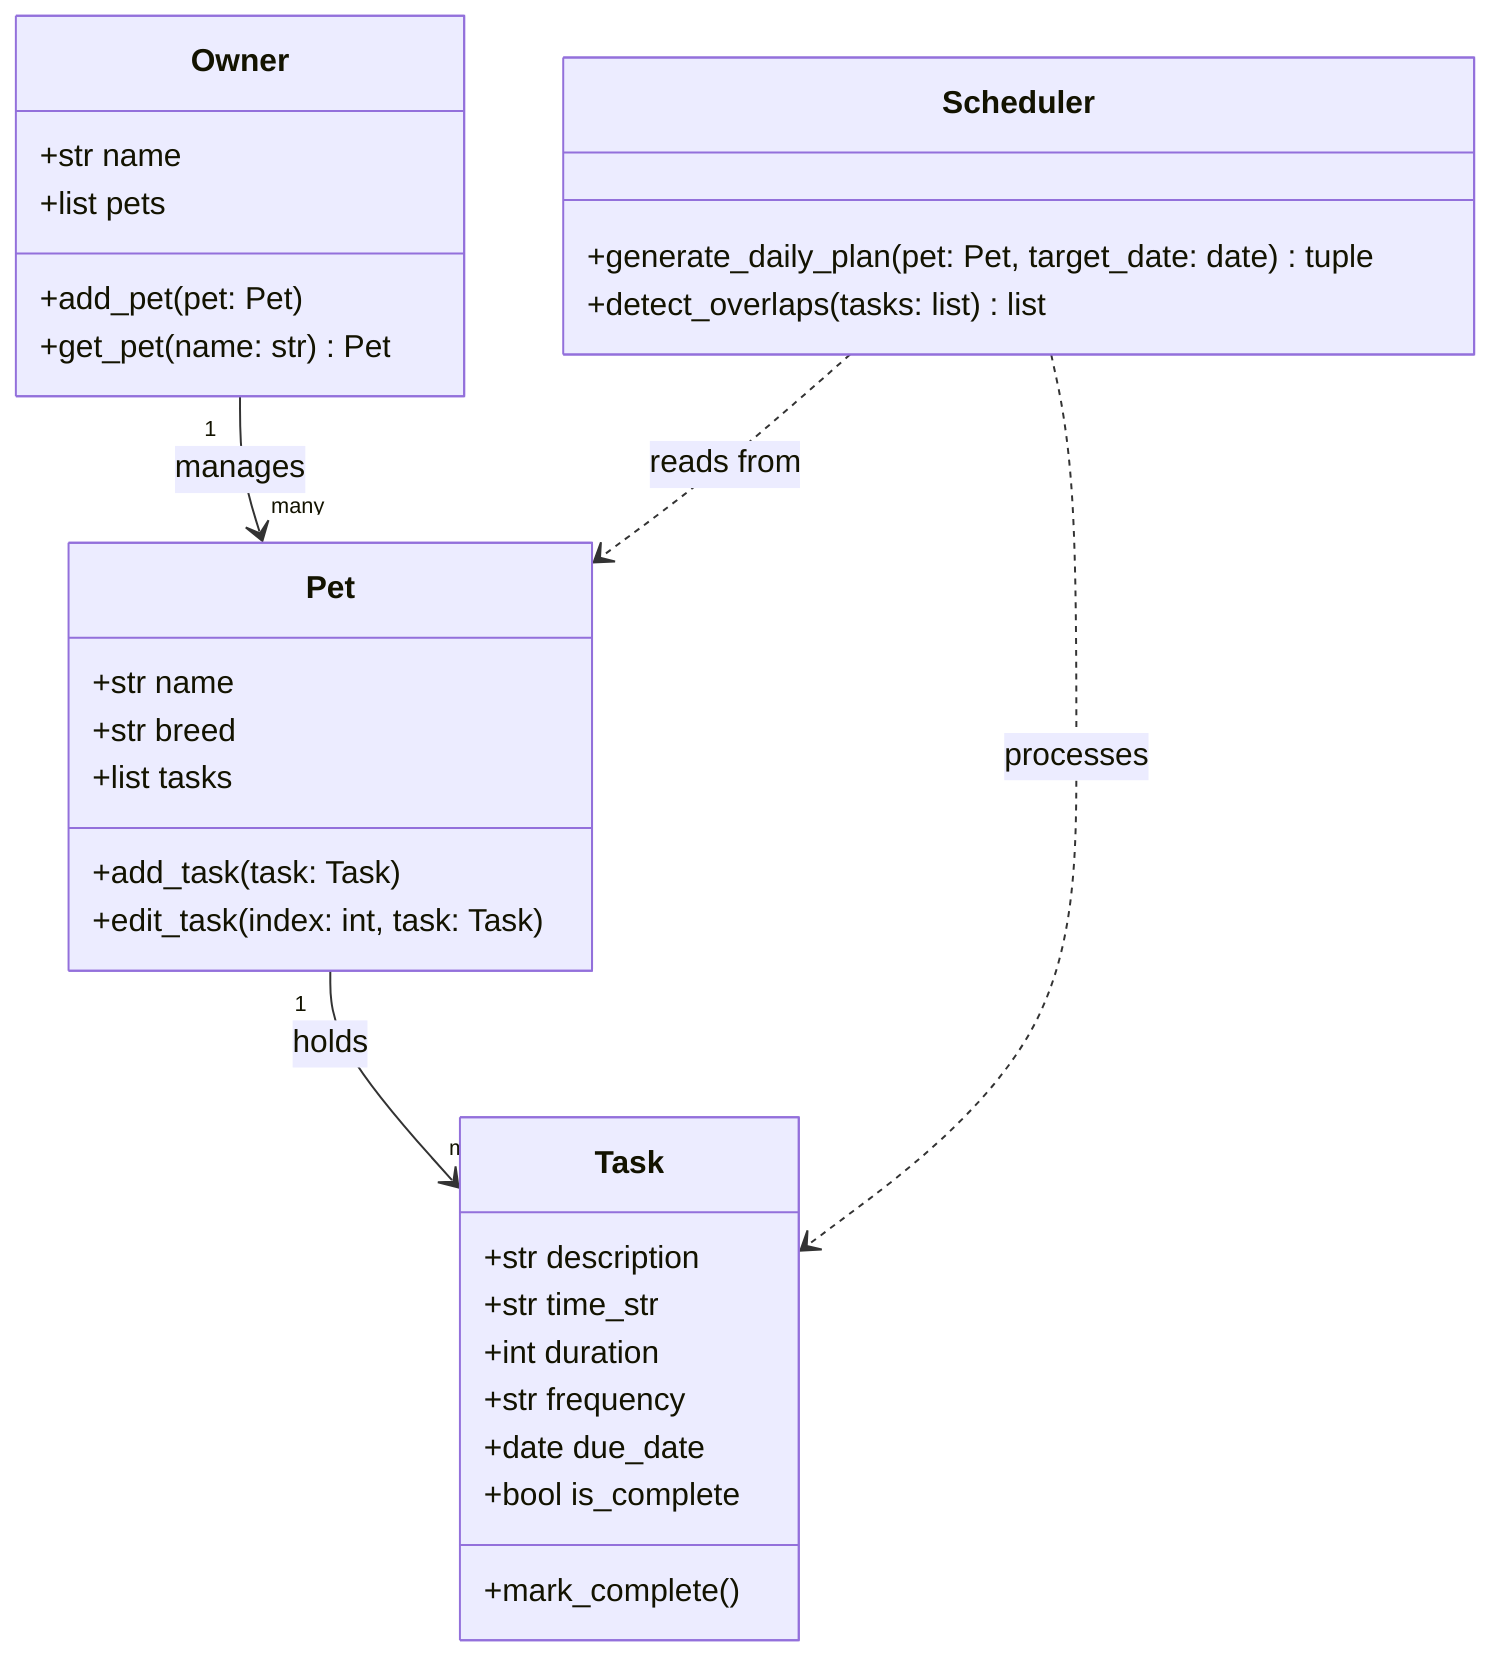
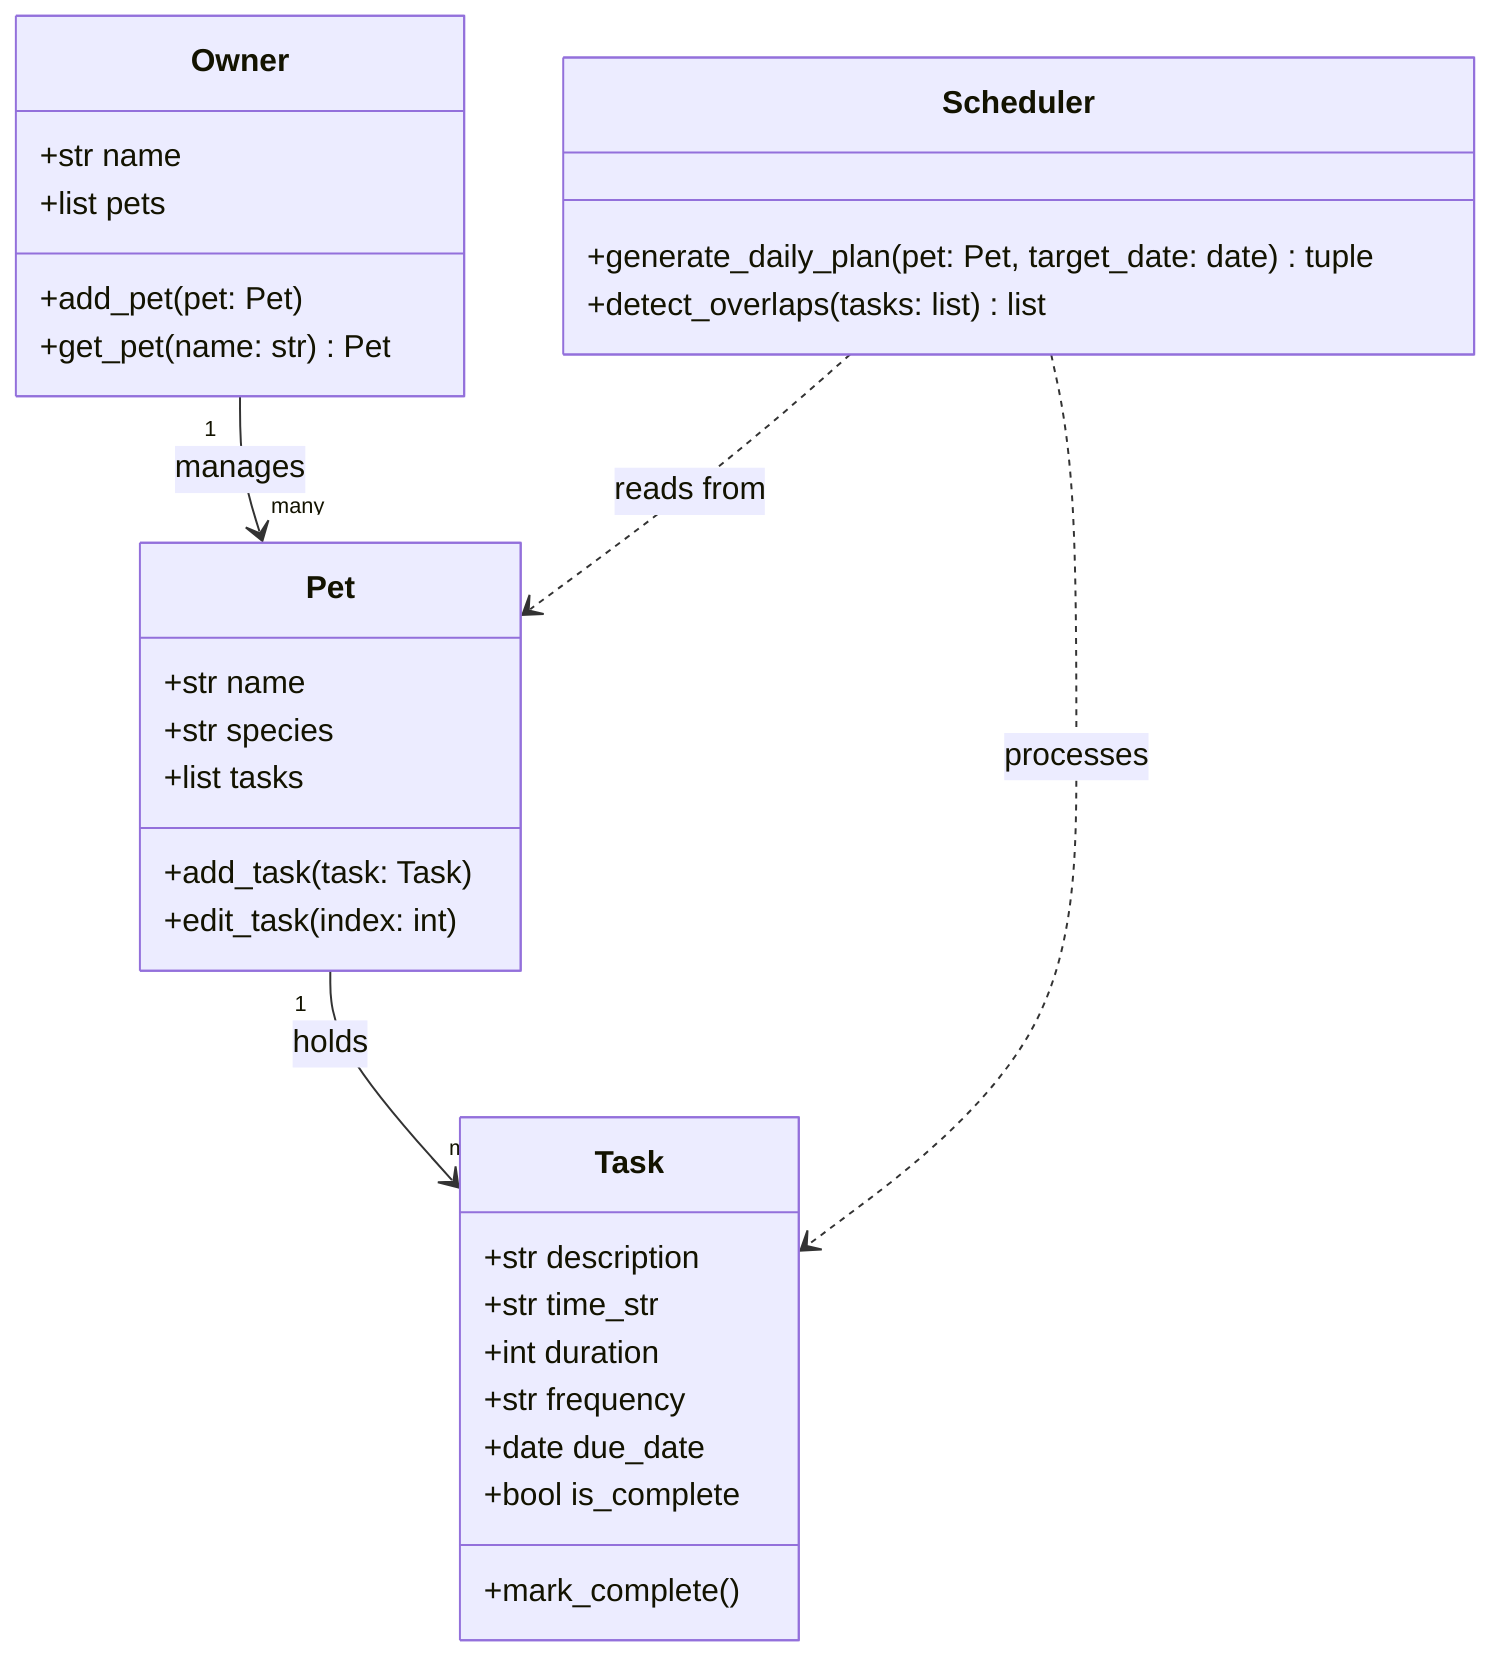
classDiagram
    class Owner {
        +str name
        +list pets
        +add_pet(pet: Pet)
        +get_pet(name: str) Pet
    }

    class Pet {
        +str name
-         +str breed
+         +str species
        +list tasks
        +add_task(task: Task)
-         +edit_task(index: int, task: Task)
+         +edit_task(index: int)
    }

    class Task {
        +str description
        +str time_str
        +int duration
        +str frequency
        +date due_date
        +bool is_complete
        +mark_complete()
    }

    class Scheduler {
        +generate_daily_plan(pet: Pet, target_date: date) tuple
        +detect_overlaps(tasks: list) list
    }

    Owner "1" --> "many" Pet : manages
    Pet "1" --> "many" Task : holds
    Scheduler ..> Pet : reads from
    Scheduler ..> Task : processes